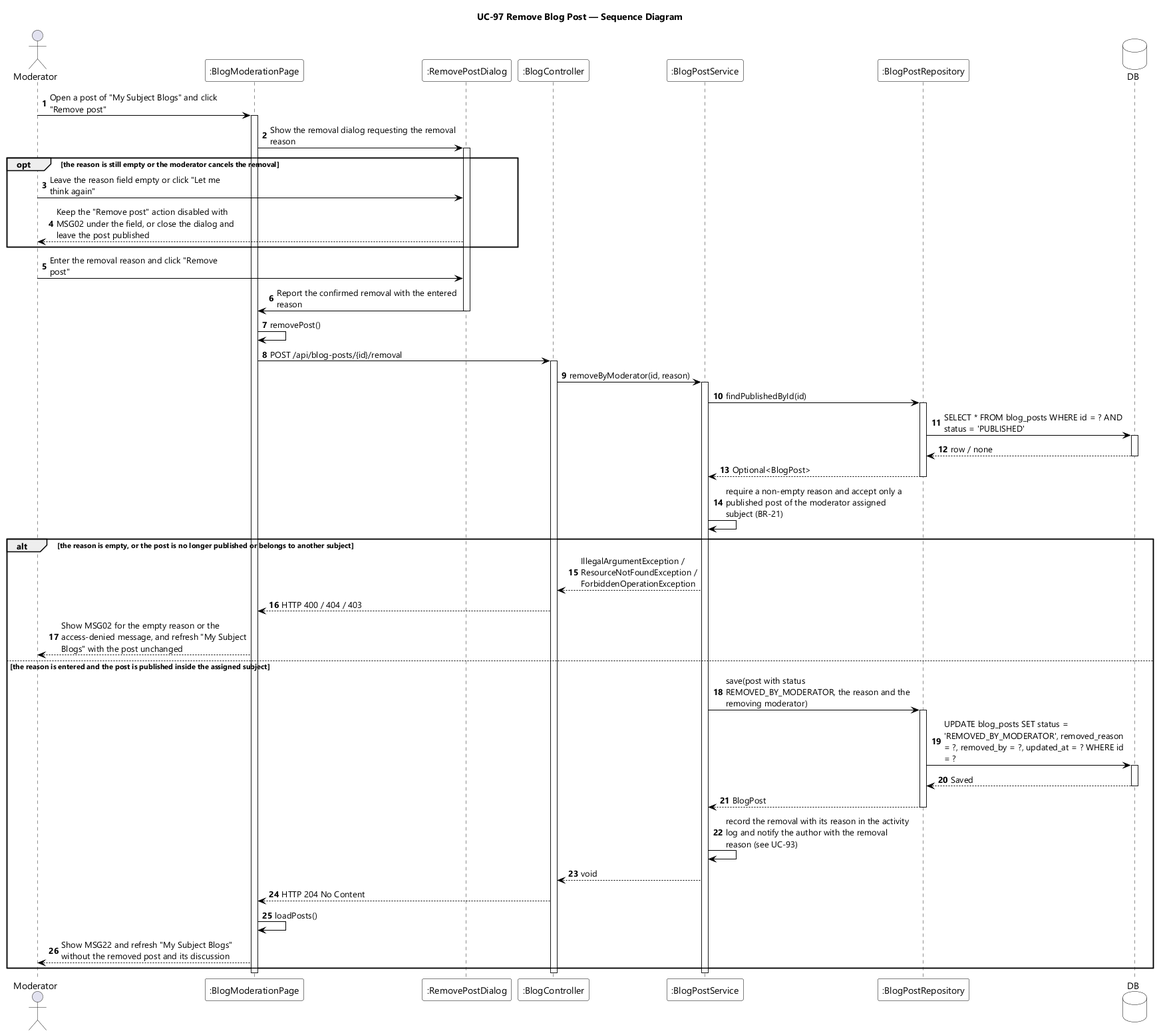
EduA-system/EduA-system keeps this PlantUML diagram as designs/sds-diagrams/uc97/uc97-sequence-diagram.png. Above is the earlier version. Source of this version:
```plantuml
@startuml UC-97 Remove Blog Post - Sequence Diagram
skinparamlocked dpi 96
skinparam defaultFontName "Segoe UI"
skinparam shadowing false
skinparam ParticipantBackgroundColor #FFFFFF
skinparam ParticipantBorderColor #000000
skinparam DatabaseBackgroundColor #FFFFFF
skinparam DatabaseBorderColor #000000
skinparam ArrowColor #000000
skinparam sequenceMessageAlign left
skinparam maxMessageSize 280
title UC-97 Remove Blog Post — Sequence Diagram

actor Moderator
participant ":BlogModerationPage" as UI
participant ":RemovePostDialog" as DIALOG
participant ":BlogController" as CTL
participant ":BlogPostService" as SVC
participant ":BlogPostRepository" as POSTS
database DB

autonumber
Moderator -> UI : Open a post of "My Subject Blogs" and click "Remove post"
activate UI
UI -> DIALOG : Show the removal dialog requesting the removal reason
activate DIALOG

opt the reason is still empty or the moderator cancels the removal
  Moderator -> DIALOG : Leave the reason field empty or click "Let me think again"
  DIALOG --> Moderator : Keep the "Remove post" action disabled with MSG02 under the field, or close the dialog and leave the post published
end

Moderator -> DIALOG : Enter the removal reason and click "Remove post"
DIALOG -> UI : Report the confirmed removal with the entered reason
deactivate DIALOG
UI -> UI : removePost()
UI -> CTL : POST /api/blog-posts/{id}/removal
activate CTL
CTL -> SVC : removeByModerator(id, reason)
activate SVC
SVC -> POSTS : findPublishedById(id)
activate POSTS
POSTS -> DB : SELECT * FROM blog_posts WHERE id = ? AND status = 'PUBLISHED'
activate DB
DB --> POSTS : row / none
deactivate DB
POSTS --> SVC : Optional<BlogPost>
deactivate POSTS
SVC -> SVC : require a non-empty reason and accept only a published post of the moderator assigned subject (BR-21)

alt the reason is empty, or the post is no longer published or belongs to another subject
  SVC --> CTL : IllegalArgumentException / ResourceNotFoundException / ForbiddenOperationException
  CTL --> UI : HTTP 400 / 404 / 403
  UI --> Moderator : Show MSG02 for the empty reason or the access-denied message, and refresh "My Subject Blogs" with the post unchanged
else the reason is entered and the post is published inside the assigned subject
  SVC -> POSTS : save(post with status REMOVED_BY_MODERATOR, the reason and the removing moderator)
  activate POSTS
  POSTS -> DB : UPDATE blog_posts SET status = 'REMOVED_BY_MODERATOR', removed_reason = ?, removed_by = ?, updated_at = ? WHERE id = ?
  activate DB
  DB --> POSTS : Saved
  deactivate DB
  POSTS --> SVC : BlogPost
  deactivate POSTS
  SVC -> SVC : record the removal with its reason in the activity log and notify the author with the removal reason (see UC-93)
  SVC --> CTL : void
  CTL --> UI : HTTP 204 No Content
  UI -> UI : loadPosts()
  UI --> Moderator : Show MSG22 and refresh "My Subject Blogs" without the removed post and its discussion
end
deactivate SVC
deactivate CTL
deactivate UI
@enduml
```
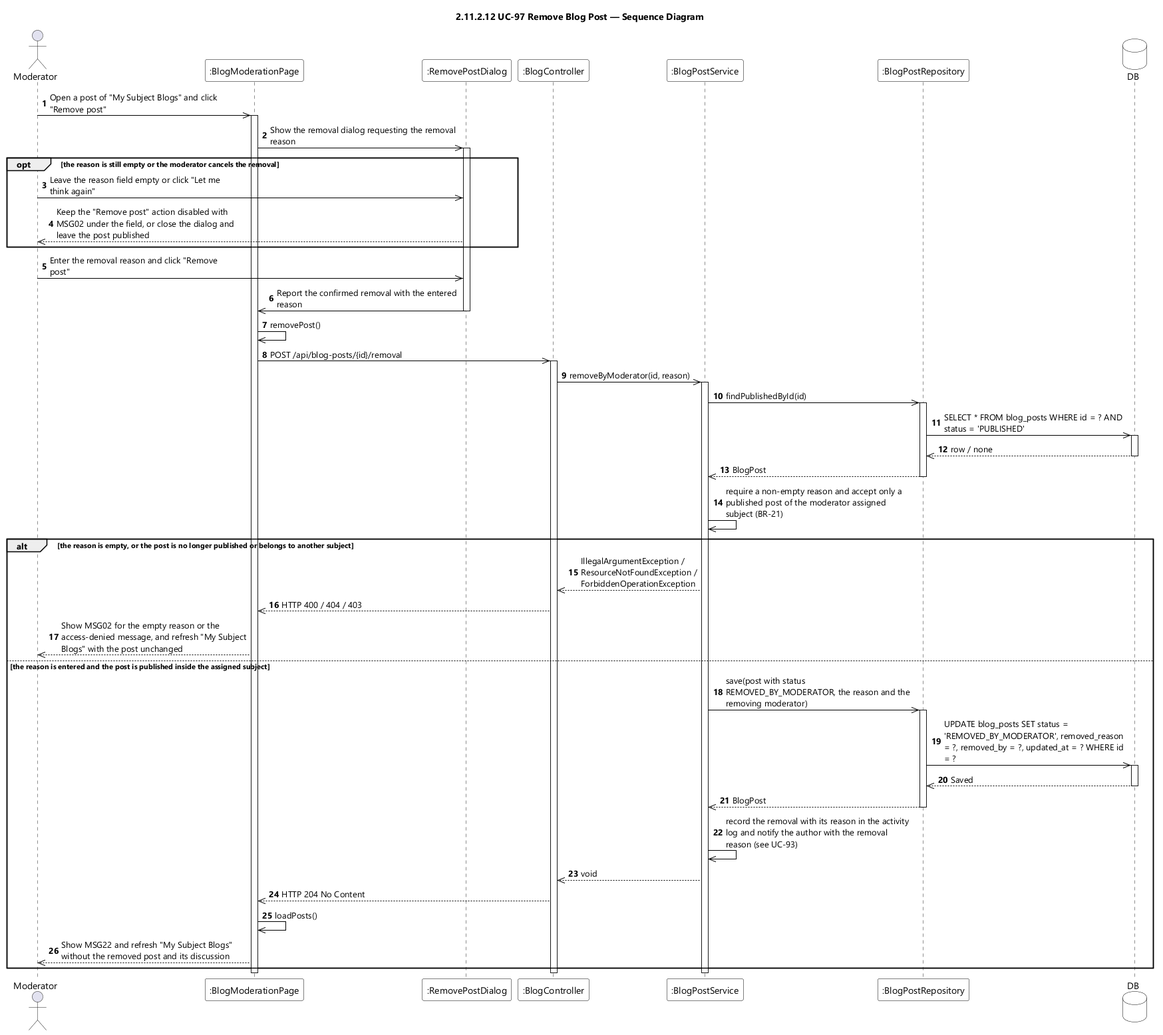
Above is the later version.

What changed in the source:
```diff
@@ -9,7 +9,7 @@
 skinparam ArrowColor #000000
 skinparam sequenceMessageAlign left
 skinparam maxMessageSize 280
-title UC-97 Remove Blog Post — Sequence Diagram
+title 2.11.2.12 UC-97 Remove Blog Post — Sequence Diagram
 
 actor Moderator
 participant ":BlogModerationPage" as UI
@@ -20,52 +20,52 @@
 database DB
 
 autonumber
-Moderator -> UI : Open a post of "My Subject Blogs" and click "Remove post"
+Moderator ->> UI : Open a post of "My Subject Blogs" and click "Remove post"
 activate UI
-UI -> DIALOG : Show the removal dialog requesting the removal reason
+UI ->> DIALOG : Show the removal dialog requesting the removal reason
 activate DIALOG
 
 opt the reason is still empty or the moderator cancels the removal
-  Moderator -> DIALOG : Leave the reason field empty or click "Let me think again"
-  DIALOG --> Moderator : Keep the "Remove post" action disabled with MSG02 under the field, or close the dialog and leave the post published
+  Moderator ->> DIALOG : Leave the reason field empty or click "Let me think again"
+  DIALOG -->> Moderator : Keep the "Remove post" action disabled with MSG02 under the field, or close the dialog and leave the post published
 end
 
-Moderator -> DIALOG : Enter the removal reason and click "Remove post"
-DIALOG -> UI : Report the confirmed removal with the entered reason
+Moderator ->> DIALOG : Enter the removal reason and click "Remove post"
+DIALOG ->> UI : Report the confirmed removal with the entered reason
 deactivate DIALOG
-UI -> UI : removePost()
-UI -> CTL : POST /api/blog-posts/{id}/removal
+UI ->> UI : removePost()
+UI ->> CTL : POST /api/blog-posts/{id}/removal
 activate CTL
-CTL -> SVC : removeByModerator(id, reason)
+CTL ->> SVC : removeByModerator(id, reason)
 activate SVC
-SVC -> POSTS : findPublishedById(id)
+SVC ->> POSTS : findPublishedById(id)
 activate POSTS
-POSTS -> DB : SELECT * FROM blog_posts WHERE id = ? AND status = 'PUBLISHED'
+POSTS ->> DB : SELECT * FROM blog_posts WHERE id = ? AND status = 'PUBLISHED'
 activate DB
-DB --> POSTS : row / none
+DB -->> POSTS : row / none
 deactivate DB
-POSTS --> SVC : Optional<BlogPost>
+POSTS -->> SVC : BlogPost
 deactivate POSTS
-SVC -> SVC : require a non-empty reason and accept only a published post of the moderator assigned subject (BR-21)
+SVC ->> SVC : require a non-empty reason and accept only a published post of the moderator assigned subject (BR-21)
 
 alt the reason is empty, or the post is no longer published or belongs to another subject
-  SVC --> CTL : IllegalArgumentException / ResourceNotFoundException / ForbiddenOperationException
-  CTL --> UI : HTTP 400 / 404 / 403
-  UI --> Moderator : Show MSG02 for the empty reason or the access-denied message, and refresh "My Subject Blogs" with the post unchanged
+  SVC -->> CTL : IllegalArgumentException / ResourceNotFoundException / ForbiddenOperationException
+  CTL -->> UI : HTTP 400 / 404 / 403
+  UI -->> Moderator : Show MSG02 for the empty reason or the access-denied message, and refresh "My Subject Blogs" with the post unchanged
 else the reason is entered and the post is published inside the assigned subject
-  SVC -> POSTS : save(post with status REMOVED_BY_MODERATOR, the reason and the removing moderator)
+  SVC ->> POSTS : save(post with status REMOVED_BY_MODERATOR, the reason and the removing moderator)
   activate POSTS
-  POSTS -> DB : UPDATE blog_posts SET status = 'REMOVED_BY_MODERATOR', removed_reason = ?, removed_by = ?, updated_at = ? WHERE id = ?
+  POSTS ->> DB : UPDATE blog_posts SET status = 'REMOVED_BY_MODERATOR', removed_reason = ?, removed_by = ?, updated_at = ? WHERE id = ?
   activate DB
-  DB --> POSTS : Saved
+  DB -->> POSTS : Saved
   deactivate DB
-  POSTS --> SVC : BlogPost
+  POSTS -->> SVC : BlogPost
   deactivate POSTS
-  SVC -> SVC : record the removal with its reason in the activity log and notify the author with the removal reason (see UC-93)
-  SVC --> CTL : void
-  CTL --> UI : HTTP 204 No Content
-  UI -> UI : loadPosts()
-  UI --> Moderator : Show MSG22 and refresh "My Subject Blogs" without the removed post and its discussion
+  SVC ->> SVC : record the removal with its reason in the activity log and notify the author with the removal reason (see UC-93)
+  SVC -->> CTL : void
+  CTL -->> UI : HTTP 204 No Content
+  UI ->> UI : loadPosts()
+  UI -->> Moderator : Show MSG22 and refresh "My Subject Blogs" without the removed post and its discussion
 end
 deactivate SVC
 deactivate CTL
```
